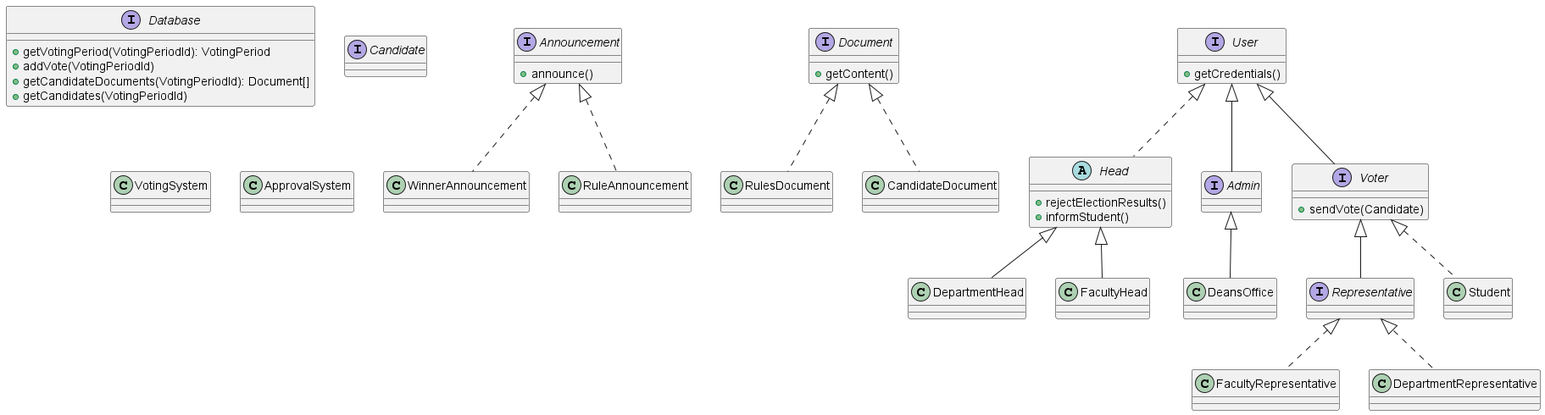
Above: diagrams/logical-point-viewpoint.png in Malik-Hinnawi/Project-1_Election-Project-Diagrams (PlantUML), before the change. Its diagram source:
```plantuml
@startuml
interface Database {
    +getVotingPeriod(VotingPeriodId): VotingPeriod
    +addVote(VotingPeriodId)
    +getCandidateDocuments(VotingPeriodId): Document[]
    +getCandidates(VotingPeriodId)
}

interface Announcement{
    +announce()
}


interface Document {
    +getContent()
}

interface User {
    + getCredentials()
}

abstract class Head implements User {
    +rejectElectionResults()
    +informStudent()
}

interface Admin extends User

class DeansOffice extends Admin

class DepartmentHead extends Head

class FacultyHead extends Head

interface Candidate

interface Representative extends Voter

interface Voter extends User {
    + sendVote(Candidate)
}

class WinnerAnnouncement implements Announcement

class RuleAnnouncement implements Announcement

class RulesDocument implements Document

class CandidateDocument implements Document

class VotingSystem

class ApprovalSystem

class FacultyRepresentative implements Representative

class DepartmentRepresentative implements Representative

class Student implements Voter


@enduml
```
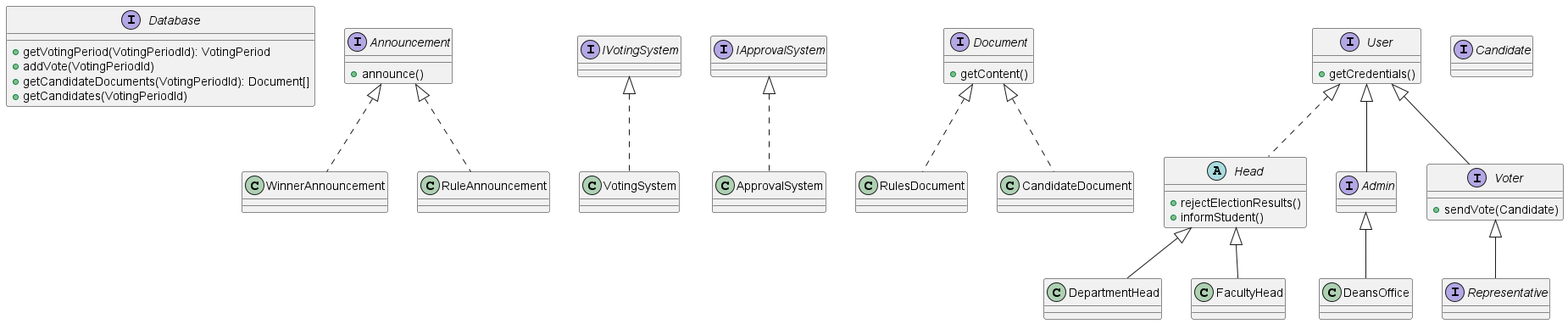
Later version of the same file.

Commit message:
updated logical-point-viewpoint

Change to the diagram source:
```diff
@@ -10,13 +10,14 @@
     +announce()
 }
 
+interface IVotingSystem
+class VotingSystem implements IVotingSystem
+
+interface IApprovalSystem
+class ApprovalSystem implements IApprovalSystem
 
 interface Document {
     +getContent()
-}
-
-interface User {
-    + getCredentials()
 }
 
 abstract class Head implements User {
@@ -24,39 +25,25 @@
     +informStudent()
 }
 
+interface User {
+    + getCredentials()
+}
 interface Admin extends User
-
-class DeansOffice extends Admin
-
-class DepartmentHead extends Head
-
-class FacultyHead extends Head
-
 interface Candidate
-
 interface Representative extends Voter
-
 interface Voter extends User {
     + sendVote(Candidate)
 }
+class DeansOffice extends Admin
+class DepartmentHead extends Head
+class FacultyHead extends Head
+
 
 class WinnerAnnouncement implements Announcement
-
 class RuleAnnouncement implements Announcement
 
 class RulesDocument implements Document
-
 class CandidateDocument implements Document
-
-class VotingSystem
-
-class ApprovalSystem
-
-class FacultyRepresentative implements Representative
-
-class DepartmentRepresentative implements Representative
-
-class Student implements Voter
 
 
 @enduml
```
